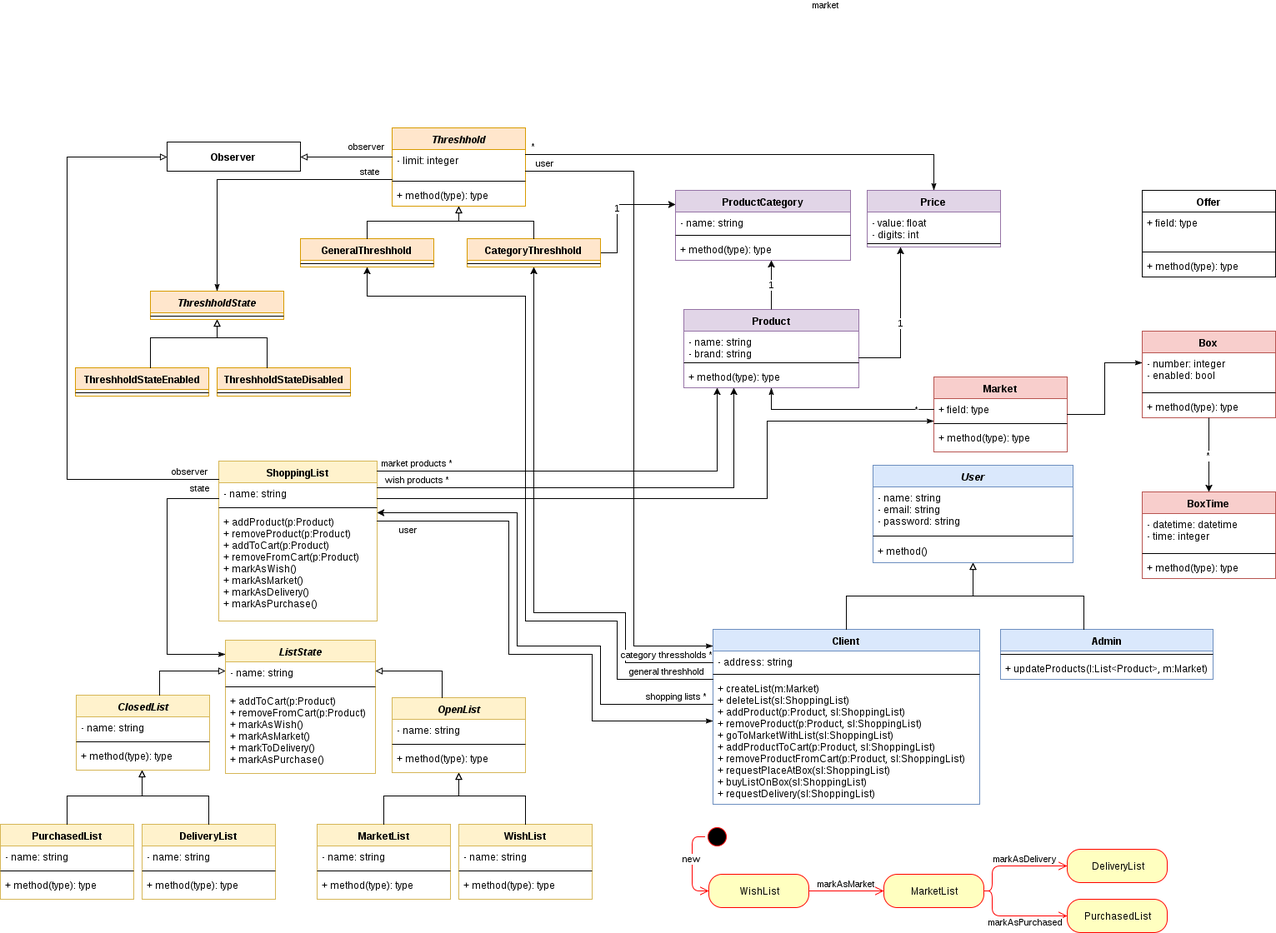
laendoor/unq-desapp-aloloco-back keeps this draw.io diagram as doc/design.png. Above is the earlier version. Source tidied: cells renumbered, new cells last; positions are measured from the earlier drawing's top-left corner, leaving out a move shared by most shapes.
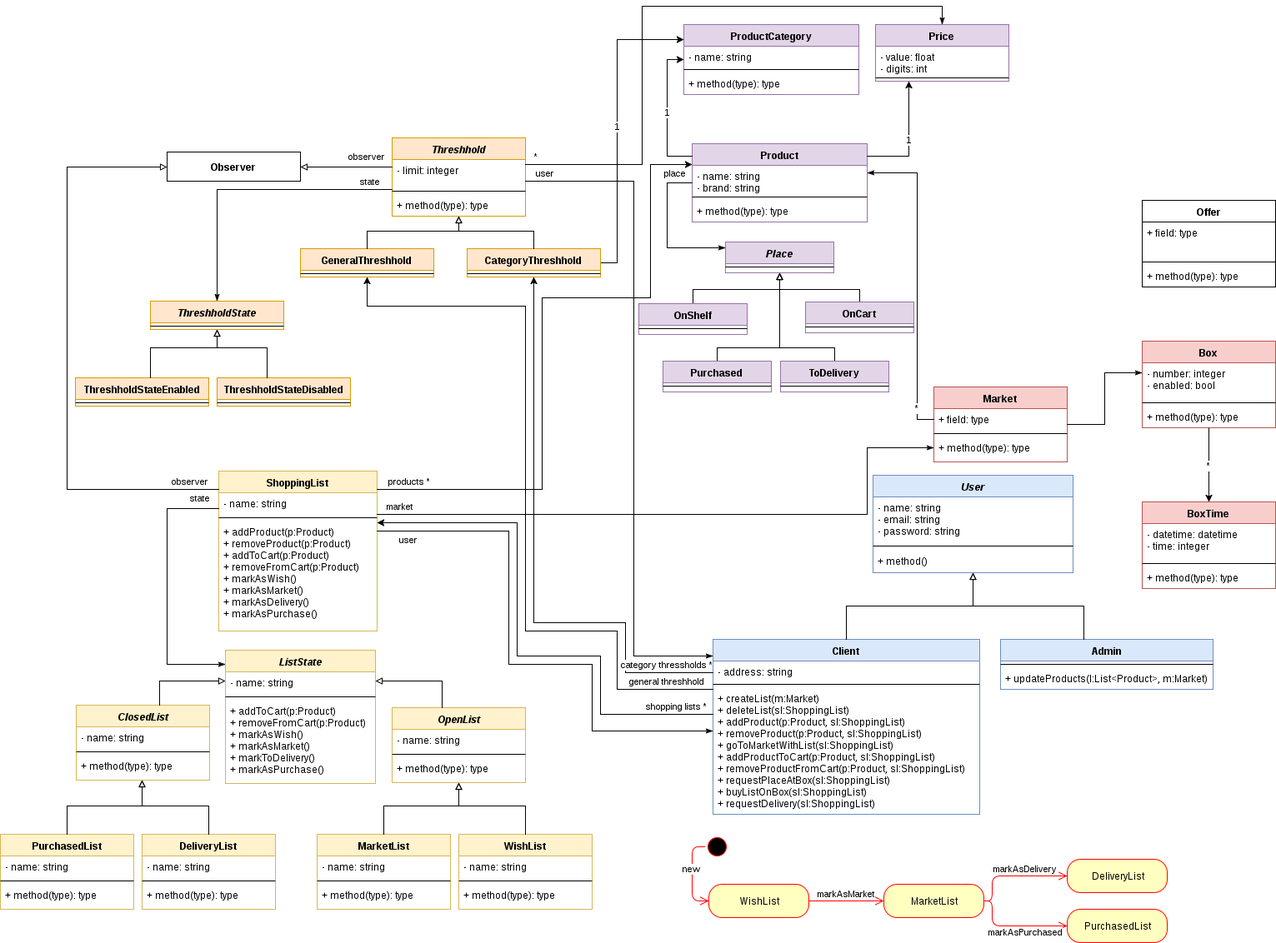
The same file after the commit.

The edit, as a diff of the source:
```diff
@@ -76,7 +76,7 @@
       </mxGeometry>
     </mxCell>
     <mxCell id="24" value="Product" style="swimlane;html=1;fontStyle=1;align=center;verticalAlign=top;horizontal=1;startSize=26;swimlaneFillColor=#ffffff;fillColor=#e1d5e7;strokeColor=#9673a6;" parent="1" vertex="1">
-      <mxGeometry x="820" y="218" width="210" height="94" as="geometry" />
+      <mxGeometry x="830" y="7" width="210" height="94" as="geometry" />
     </mxCell>
     <mxCell id="25" value="- name: string&lt;div&gt;- brand: string&lt;/div&gt;" style="text;html=1;strokeColor=none;fillColor=none;align=left;verticalAlign=top;spacingLeft=4;spacingRight=4;whiteSpace=wrap;overflow=hidden;" parent="24" vertex="1">
       <mxGeometry y="26" width="210" height="34" as="geometry" />
@@ -88,7 +88,7 @@
       <mxGeometry y="68" width="210" height="26" as="geometry" />
     </mxCell>
     <mxCell id="28" value="ProductCategory" style="swimlane;html=1;fontStyle=1;align=center;verticalAlign=top;horizontal=1;startSize=26;swimlaneFillColor=#ffffff;fillColor=#e1d5e7;strokeColor=#9673a6;" parent="1" vertex="1">
-      <mxGeometry x="810" y="75" width="210" height="84" as="geometry" />
+      <mxGeometry x="820" y="-136" width="210" height="84" as="geometry" />
     </mxCell>
     <mxCell id="29" value="- name: string" style="text;html=1;strokeColor=none;fillColor=none;align=left;verticalAlign=top;spacingLeft=4;spacingRight=4;whiteSpace=wrap;overflow=hidden;" parent="28" vertex="1">
       <mxGeometry y="26" width="210" height="24" as="geometry" />
@@ -99,18 +99,21 @@
     <mxCell id="31" value="+ method(type): type" style="text;html=1;strokeColor=none;fillColor=none;align=left;verticalAlign=top;spacingLeft=4;spacingRight=4;whiteSpace=wrap;overflow=hidden;" parent="28" vertex="1">
       <mxGeometry y="58" width="210" height="26" as="geometry" />
     </mxCell>
-    <mxCell id="32" value="wish products *" style="edgeStyle=orthogonalEdgeStyle;rounded=0;html=1;jettySize=auto;" parent="1" edge="1" source="19" target="24">
-      <mxGeometry x="0.6" y="380" relative="1" as="geometry">
+    <mxCell id="32" value="products *" style="edgeStyle=orthogonalEdgeStyle;rounded=0;html=1;jettySize=auto;" parent="1" edge="1" source="19" target="24">
+      <mxGeometry x="-0.9" y="10" relative="1" as="geometry">
         <Array as="points">
-          <mxPoint x="880" y="432" />
+          <mxPoint x="650" y="422" />
+          <mxPoint x="650" y="192" />
+          <mxPoint x="780" y="192" />
+          <mxPoint x="780" y="32" />
         </Array>
       </mxGeometry>
     </mxCell>
     <mxCell id="33" value="1" style="edgeStyle=orthogonalEdgeStyle;rounded=0;html=1;jettySize=auto;" parent="1" edge="1" source="24" target="28">
       <mxGeometry relative="1" as="geometry">
         <Array as="points">
-          <mxPoint x="925" y="122" />
-          <mxPoint x="925" y="122" />
+          <mxPoint x="800" y="22" />
+          <mxPoint x="800" y="-94" />
         </Array>
       </mxGeometry>
     </mxCell>
@@ -124,7 +127,7 @@
       <mxGeometry relative="1" as="geometry">
         <Array as="points">
           <mxPoint x="740" y="150" />
-          <mxPoint x="740" y="92" />
+          <mxPoint x="740" y="-118" />
         </Array>
       </mxGeometry>
     </mxCell>
@@ -138,7 +141,7 @@
       </mxGeometry>
     </mxCell>
     <mxCell id="38" value="Price" style="swimlane;html=1;fontStyle=1;align=center;verticalAlign=top;horizontal=1;startSize=26;swimlaneFillColor=#ffffff;fillColor=#e1d5e7;strokeColor=#9673a6;" parent="1" vertex="1">
-      <mxGeometry x="1040" y="75" width="160" height="68" as="geometry" />
+      <mxGeometry x="1050" y="-136" width="160" height="68" as="geometry" />
     </mxCell>
     <mxCell id="39" value="- value: float&lt;div&gt;- digits: int&lt;/div&gt;" style="text;html=1;strokeColor=none;fillColor=none;align=left;verticalAlign=top;spacingLeft=4;spacingRight=4;whiteSpace=wrap;overflow=hidden;" parent="38" vertex="1">
       <mxGeometry y="26" width="160" height="34" as="geometry" />
@@ -149,7 +152,7 @@
     <mxCell id="41" value="1" style="edgeStyle=orthogonalEdgeStyle;rounded=0;html=1;jettySize=auto;" parent="1" edge="1" source="24" target="38">
       <mxGeometry relative="1" as="geometry">
         <Array as="points">
-          <mxPoint x="1080" y="276" />
+          <mxPoint x="1090" y="22" />
         </Array>
       </mxGeometry>
     </mxCell>
@@ -305,7 +308,9 @@
     <mxCell id="74" value="*" style="edgeStyle=orthogonalEdgeStyle;rounded=0;html=1;startArrow=none;startFill=0;endArrow=classicThin;endFill=1;jettySize=auto;" parent="1" edge="1" source="42" target="38">
       <mxGeometry x="-0.96" y="10" relative="1" as="geometry">
         <Array as="points">
-          <mxPoint x="1120" y="32" />
+          <mxPoint x="770" y="32" />
+          <mxPoint x="770" y="-158" />
+          <mxPoint x="1130" y="-158" />
         </Array>
       </mxGeometry>
     </mxCell>
@@ -344,13 +349,18 @@
       <mxGeometry y="60" width="160" height="26" as="geometry" />
     </mxCell>
     <mxCell id="84" value="*" style="edgeStyle=orthogonalEdgeStyle;rounded=0;html=1;exitX=0;exitY=0.5;startArrow=none;startFill=0;endArrow=classicThin;endFill=1;jettySize=auto;" parent="1" edge="1" source="81" target="24">
-      <mxGeometry x="-0.82" relative="1" as="geometry" />
+      <mxGeometry x="-0.82" relative="1" as="geometry">
+        <Array as="points">
+          <mxPoint x="1100" y="338" />
+          <mxPoint x="1100" y="42" />
+        </Array>
+      </mxGeometry>
     </mxCell>
     <mxCell id="85" value="market" style="edgeStyle=orthogonalEdgeStyle;rounded=0;html=1;startArrow=none;startFill=0;endArrow=classicThin;endFill=1;jettySize=auto;" parent="1" edge="1" source="19" target="80">
-      <mxGeometry x="0.66" y="500" relative="1" as="geometry">
+      <mxGeometry x="0.6" y="560" relative="1" as="geometry">
         <Array as="points">
-          <mxPoint x="920" y="445" />
-          <mxPoint x="920" y="352" />
+          <mxPoint x="1040" y="452" />
+          <mxPoint x="1040" y="372" />
         </Array>
       </mxGeometry>
     </mxCell>
@@ -495,13 +505,6 @@
         </Array>
       </mxGeometry>
     </mxCell>
-    <mxCell id="117" value="market products *" style="edgeStyle=orthogonalEdgeStyle;rounded=0;html=1;jettySize=auto;" parent="1" edge="1" source="19" target="24">
-      <mxGeometry x="0.65" y="360" relative="1" as="geometry">
-        <Array as="points">
-          <mxPoint x="860" y="412" />
-        </Array>
-      </mxGeometry>
-    </mxCell>
     <mxCell id="118" style="ellipse;html=1;shape=startState;fillColor=#000000;strokeColor=#ff0000;" parent="1" vertex="1">
       <mxGeometry x="845" y="836" width="30" height="30" as="geometry" />
     </mxCell>
@@ -549,5 +552,75 @@
         </Array>
       </mxGeometry>
     </mxCell>
+    <mxCell id="127" value="&lt;i&gt;Place&lt;/i&gt;" style="swimlane;html=1;fontStyle=1;align=center;verticalAlign=top;horizontal=1;startSize=26;swimlaneFillColor=#ffffff;fillColor=#e1d5e7;strokeColor=#9673a6;" parent="1" vertex="1">
+      <mxGeometry x="870" y="125" width="130" height="37" as="geometry" />
+    </mxCell>
+    <mxCell id="128" style="line;html=1;strokeWidth=1;fillColor=none;align=left;verticalAlign=middle;spacingTop=-1;spacingLeft=3;spacingRight=3;labelPosition=right;" parent="127" vertex="1">
+      <mxGeometry y="26" width="130" height="8" as="geometry" />
+    </mxCell>
+    <mxCell id="129" style="edgeStyle=orthogonalEdgeStyle;rounded=0;html=1;startArrow=none;startFill=0;endArrow=block;endFill=0;jettySize=auto;" parent="1" edge="1" source="130" target="127">
+      <mxGeometry relative="1" as="geometry">
+        <Array as="points">
+          <mxPoint x="831" y="182" />
+          <mxPoint x="935" y="182" />
+        </Array>
+      </mxGeometry>
+    </mxCell>
+    <mxCell id="130" value="OnShelf" style="swimlane;html=1;fontStyle=1;align=center;verticalAlign=top;horizontal=1;startSize=26;swimlaneFillColor=#ffffff;fillColor=#e1d5e7;strokeColor=#9673a6;" parent="1" vertex="1">
+      <mxGeometry x="766" y="199" width="130" height="37" as="geometry" />
+    </mxCell>
+    <mxCell id="131" style="line;html=1;strokeWidth=1;fillColor=none;align=left;verticalAlign=middle;spacingTop=-1;spacingLeft=3;spacingRight=3;labelPosition=right;" parent="130" vertex="1">
+      <mxGeometry y="26" width="130" height="8" as="geometry" />
+    </mxCell>
+    <mxCell id="132" style="edgeStyle=orthogonalEdgeStyle;rounded=0;html=1;startArrow=none;startFill=0;endArrow=block;endFill=0;jettySize=auto;" parent="1" edge="1" source="133" target="127">
+      <mxGeometry relative="1" as="geometry">
+        <Array as="points">
+          <mxPoint x="1031" y="182" />
+          <mxPoint x="935" y="182" />
+        </Array>
+      </mxGeometry>
+    </mxCell>
+    <mxCell id="133" value="OnCart" style="swimlane;html=1;fontStyle=1;align=center;verticalAlign=top;horizontal=1;startSize=26;swimlaneFillColor=#ffffff;fillColor=#e1d5e7;strokeColor=#9673a6;" parent="1" vertex="1">
+      <mxGeometry x="966" y="197" width="130" height="37" as="geometry" />
+    </mxCell>
+    <mxCell id="134" style="line;html=1;strokeWidth=1;fillColor=none;align=left;verticalAlign=middle;spacingTop=-1;spacingLeft=3;spacingRight=3;labelPosition=right;" parent="133" vertex="1">
+      <mxGeometry y="26" width="130" height="8" as="geometry" />
+    </mxCell>
+    <mxCell id="135" style="edgeStyle=orthogonalEdgeStyle;rounded=0;html=1;startArrow=none;startFill=0;endArrow=block;endFill=0;jettySize=auto;" parent="1" edge="1" source="136" target="127">
+      <mxGeometry relative="1" as="geometry">
+        <Array as="points">
+          <mxPoint x="1001" y="252" />
+          <mxPoint x="935" y="252" />
+        </Array>
+      </mxGeometry>
+    </mxCell>
+    <mxCell id="136" value="ToDelivery" style="swimlane;html=1;fontStyle=1;align=center;verticalAlign=top;horizontal=1;startSize=26;swimlaneFillColor=#ffffff;fillColor=#e1d5e7;strokeColor=#9673a6;" parent="1" vertex="1">
+      <mxGeometry x="936" y="268" width="130" height="37" as="geometry" />
+    </mxCell>
+    <mxCell id="137" style="line;html=1;strokeWidth=1;fillColor=none;align=left;verticalAlign=middle;spacingTop=-1;spacingLeft=3;spacingRight=3;labelPosition=right;" parent="136" vertex="1">
+      <mxGeometry y="26" width="130" height="8" as="geometry" />
+    </mxCell>
+    <mxCell id="138" style="edgeStyle=orthogonalEdgeStyle;rounded=0;html=1;startArrow=none;startFill=0;endArrow=block;endFill=0;jettySize=auto;" parent="1" edge="1" source="139" target="127">
+      <mxGeometry relative="1" as="geometry">
+        <Array as="points">
+          <mxPoint x="860" y="252" />
+          <mxPoint x="935" y="252" />
+        </Array>
+      </mxGeometry>
+    </mxCell>
+    <mxCell id="139" value="Purchased" style="swimlane;html=1;fontStyle=1;align=center;verticalAlign=top;horizontal=1;startSize=26;swimlaneFillColor=#ffffff;fillColor=#e1d5e7;strokeColor=#9673a6;" parent="1" vertex="1">
+      <mxGeometry x="795" y="268" width="130" height="37" as="geometry" />
+    </mxCell>
+    <mxCell id="140" style="line;html=1;strokeWidth=1;fillColor=none;align=left;verticalAlign=middle;spacingTop=-1;spacingLeft=3;spacingRight=3;labelPosition=right;" parent="139" vertex="1">
+      <mxGeometry y="26" width="130" height="8" as="geometry" />
+    </mxCell>
+    <mxCell id="141" value="place" style="edgeStyle=orthogonalEdgeStyle;rounded=0;html=1;startArrow=none;startFill=0;endArrow=classicThin;endFill=1;jettySize=auto;" parent="1" edge="1" source="24" target="127">
+      <mxGeometry x="-0.78" y="-12" relative="1" as="geometry">
+        <Array as="points">
+          <mxPoint x="800" y="54" />
+          <mxPoint x="800" y="132" />
+        </Array>
+      </mxGeometry>
+    </mxCell>
   </root>
 </mxGraphModel>
```
